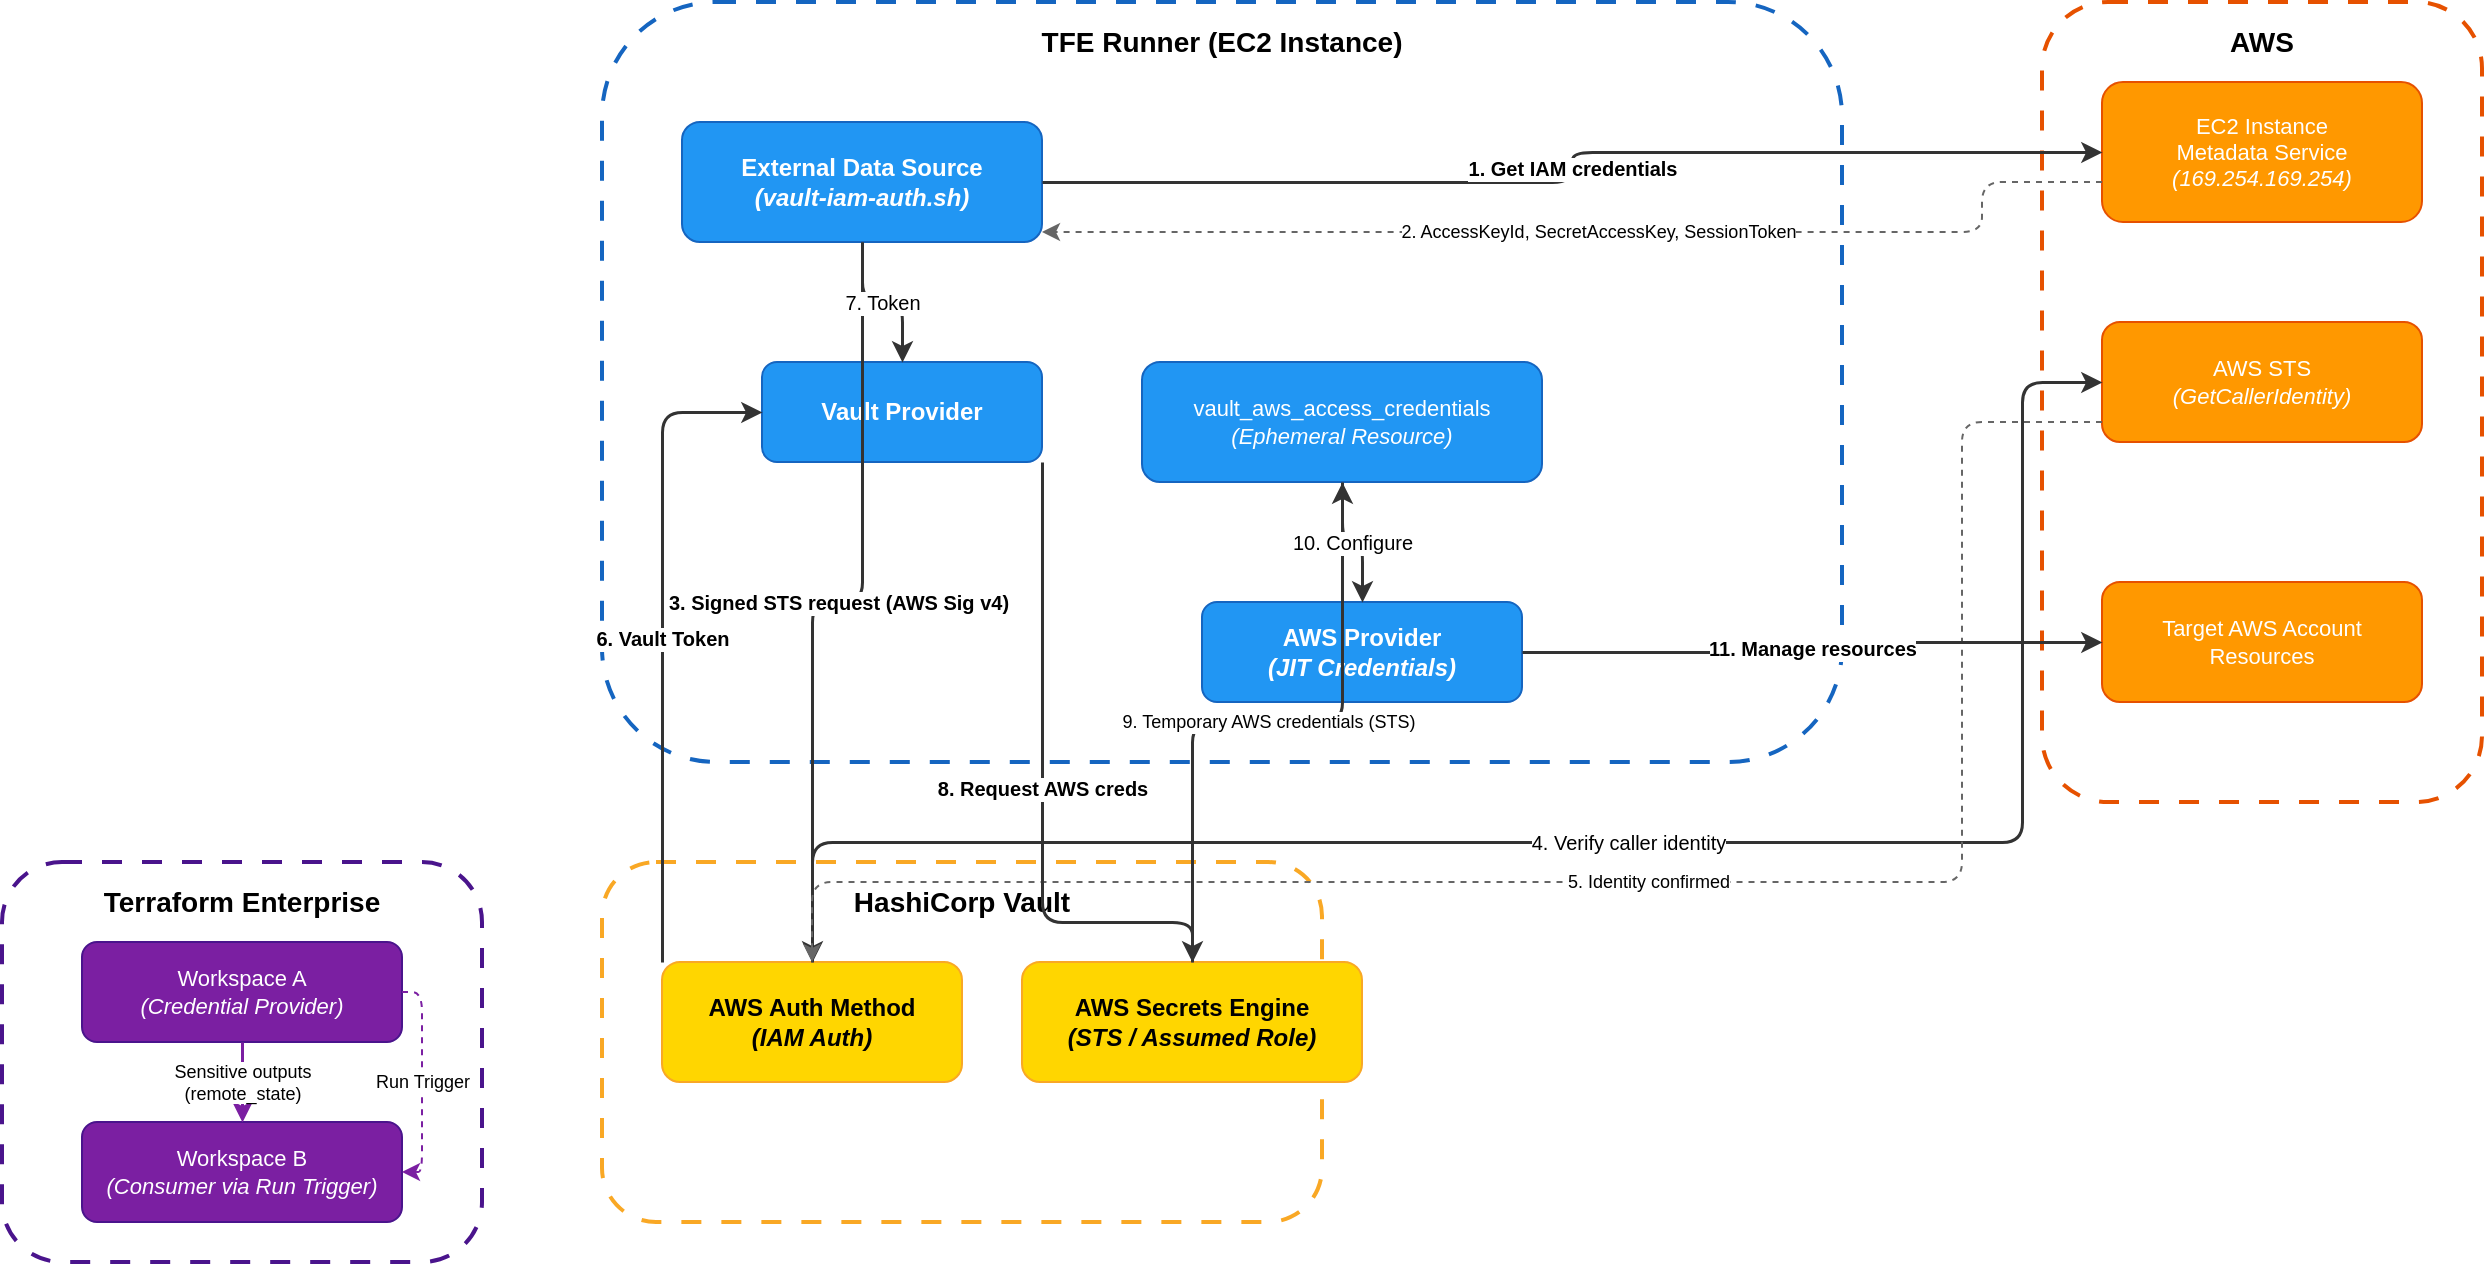
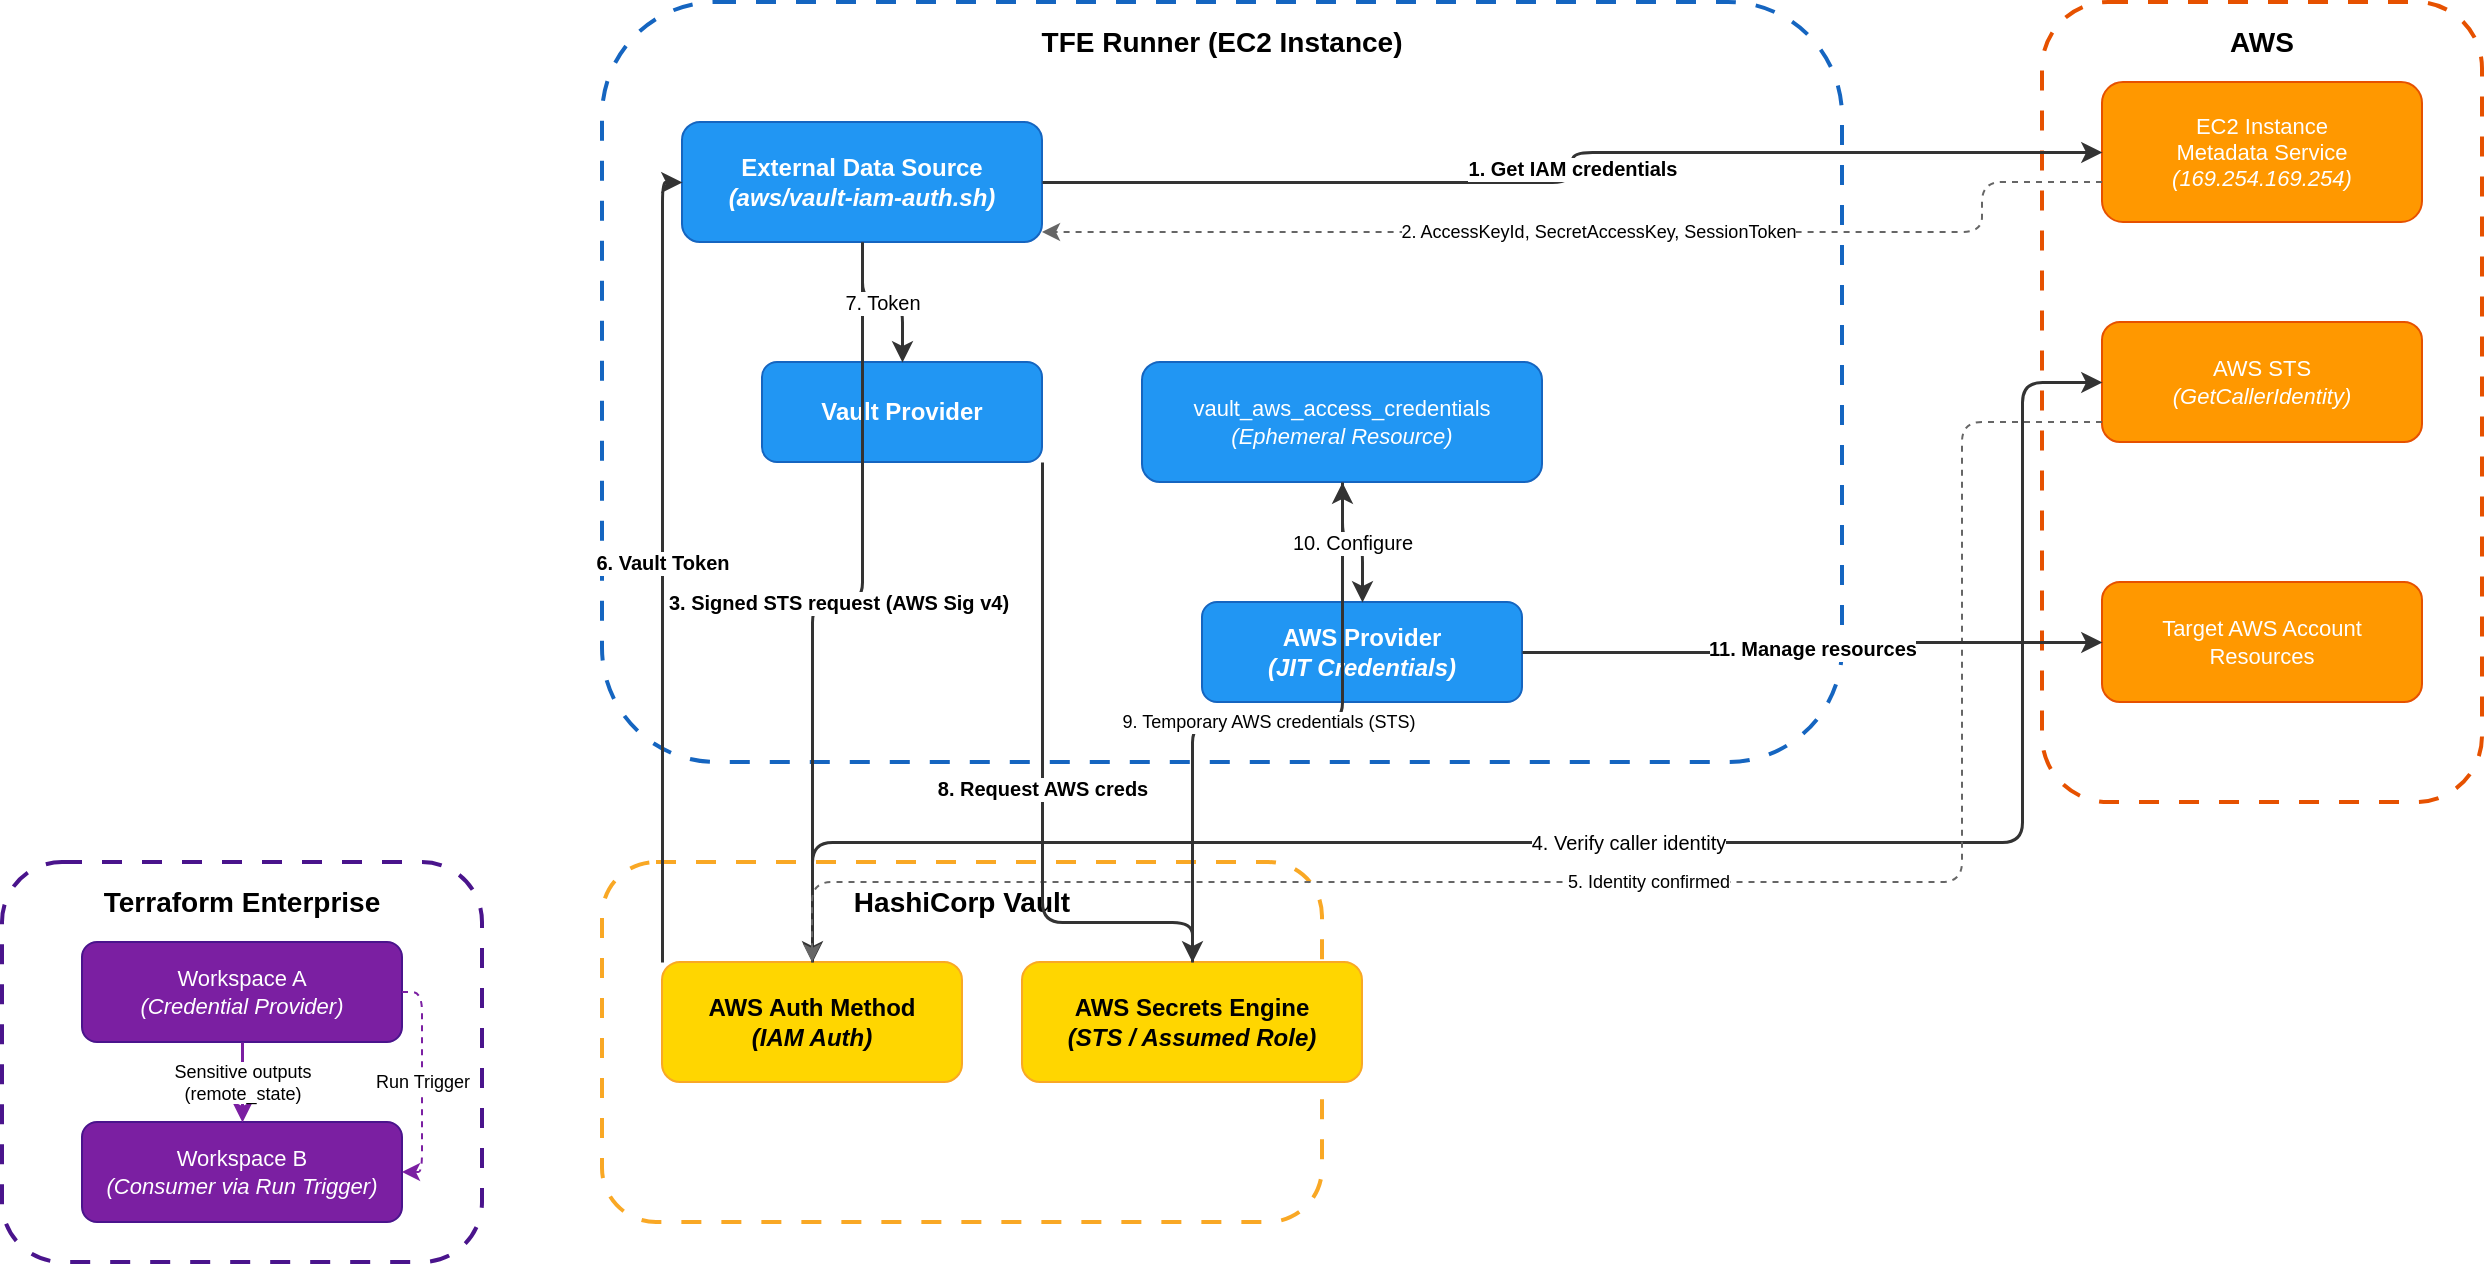
<?xml version="1.0" encoding="UTF-8"?>
<mxfile host="draw.io" type="device">
  <diagram id="vault-iam-auth-high-level" name="High-Level Architecture">
    <mxGraphModel dx="1422" dy="794" grid="1" gridSize="10" guides="1" tooltips="1" connect="1" arrows="1" fold="1" page="1" pageScale="1" pageWidth="1600" pageHeight="900" math="0" shadow="0">
      <root>
        <mxCell id="0" />
        <mxCell id="1" parent="0" />

        <!-- TFE Runner Container -->
        <mxCell id="100" value="TFE Runner (EC2 Instance)" style="rounded=1;whiteSpace=wrap;html=1;fillColor=none;dashed=1;dashPattern=5 5;fontSize=14;fontStyle=1;verticalAlign=top;align=center;spacingTop=5;strokeColor=#1565C0;strokeWidth=2;" vertex="1" parent="1">
          <mxGeometry x="340" y="80" width="620" height="380" as="geometry" />
        </mxCell>

        <!-- External Data Source -->
-         <mxCell id="101" value="External Data Source&lt;br&gt;&lt;i&gt;(vault-iam-auth.sh)&lt;/i&gt;" style="rounded=1;whiteSpace=wrap;html=1;fillColor=#2196F3;fontColor=#FFFFFF;strokeColor=#1565C0;fontSize=12;fontStyle=1;" vertex="1" parent="1">
+         <mxCell id="101" value="External Data Source&lt;br&gt;&lt;i&gt;(aws/vault-iam-auth.sh)&lt;/i&gt;" style="rounded=1;whiteSpace=wrap;html=1;fillColor=#2196F3;fontColor=#FFFFFF;strokeColor=#1565C0;fontSize=12;fontStyle=1;" vertex="1" parent="1">
          <mxGeometry x="380" y="140" width="180" height="60" as="geometry" />
        </mxCell>

        <!-- Vault Provider -->
        <mxCell id="102" value="Vault Provider" style="rounded=1;whiteSpace=wrap;html=1;fillColor=#2196F3;fontColor=#FFFFFF;strokeColor=#1565C0;fontSize=12;fontStyle=1;" vertex="1" parent="1">
          <mxGeometry x="420" y="260" width="140" height="50" as="geometry" />
        </mxCell>

        <!-- Ephemeral Resource -->
        <mxCell id="103" value="vault_aws_access_credentials&lt;br&gt;&lt;i&gt;(Ephemeral Resource)&lt;/i&gt;" style="rounded=1;whiteSpace=wrap;html=1;fillColor=#2196F3;fontColor=#FFFFFF;strokeColor=#1565C0;fontSize=11;" vertex="1" parent="1">
          <mxGeometry x="610" y="260" width="200" height="60" as="geometry" />
        </mxCell>

        <!-- AWS Provider -->
        <mxCell id="104" value="AWS Provider&lt;br&gt;&lt;i&gt;(JIT Credentials)&lt;/i&gt;" style="rounded=1;whiteSpace=wrap;html=1;fillColor=#2196F3;fontColor=#FFFFFF;strokeColor=#1565C0;fontSize=12;fontStyle=1;" vertex="1" parent="1">
          <mxGeometry x="640" y="380" width="160" height="50" as="geometry" />
        </mxCell>

        <!-- AWS Services Container -->
        <mxCell id="200" value="AWS" style="rounded=1;whiteSpace=wrap;html=1;fillColor=none;dashed=1;dashPattern=5 5;fontSize=14;fontStyle=1;verticalAlign=top;align=center;spacingTop=5;strokeColor=#E65100;strokeWidth=2;" vertex="1" parent="1">
          <mxGeometry x="1060" y="80" width="220" height="400" as="geometry" />
        </mxCell>

        <!-- EC2 IMDS -->
        <mxCell id="201" value="EC2 Instance&lt;br&gt;Metadata Service&lt;br&gt;&lt;i&gt;(169.254.169.254)&lt;/i&gt;" style="rounded=1;whiteSpace=wrap;html=1;fillColor=#FF9800;fontColor=#FFFFFF;strokeColor=#E65100;fontSize=11;" vertex="1" parent="1">
          <mxGeometry x="1090" y="120" width="160" height="70" as="geometry" />
        </mxCell>

        <!-- AWS STS -->
        <mxCell id="202" value="AWS STS&lt;br&gt;&lt;i&gt;(GetCallerIdentity)&lt;/i&gt;" style="rounded=1;whiteSpace=wrap;html=1;fillColor=#FF9800;fontColor=#FFFFFF;strokeColor=#E65100;fontSize=11;" vertex="1" parent="1">
          <mxGeometry x="1090" y="240" width="160" height="60" as="geometry" />
        </mxCell>

        <!-- Target Resources -->
        <mxCell id="203" value="Target AWS Account&lt;br&gt;Resources" style="rounded=1;whiteSpace=wrap;html=1;fillColor=#FF9800;fontColor=#FFFFFF;strokeColor=#E65100;fontSize=11;" vertex="1" parent="1">
          <mxGeometry x="1090" y="370" width="160" height="60" as="geometry" />
        </mxCell>

        <!-- Vault Container -->
        <mxCell id="300" value="HashiCorp Vault" style="rounded=1;whiteSpace=wrap;html=1;fillColor=none;dashed=1;dashPattern=5 5;fontSize=14;fontStyle=1;verticalAlign=top;align=center;spacingTop=5;strokeColor=#F9A825;strokeWidth=2;" vertex="1" parent="1">
          <mxGeometry x="340" y="510" width="360" height="180" as="geometry" />
        </mxCell>

        <!-- AWS Auth Method -->
        <mxCell id="301" value="AWS Auth Method&lt;br&gt;&lt;i&gt;(IAM Auth)&lt;/i&gt;" style="rounded=1;whiteSpace=wrap;html=1;fillColor=#FFD600;fontColor=#000000;strokeColor=#F9A825;fontSize=12;fontStyle=1;" vertex="1" parent="1">
          <mxGeometry x="370" y="560" width="150" height="60" as="geometry" />
        </mxCell>

        <!-- AWS Secrets Engine -->
        <mxCell id="302" value="AWS Secrets Engine&lt;br&gt;&lt;i&gt;(STS / Assumed Role)&lt;/i&gt;" style="rounded=1;whiteSpace=wrap;html=1;fillColor=#FFD600;fontColor=#000000;strokeColor=#F9A825;fontSize=12;fontStyle=1;" vertex="1" parent="1">
          <mxGeometry x="550" y="560" width="170" height="60" as="geometry" />
        </mxCell>

        <!-- TFE Container -->
        <mxCell id="400" value="Terraform Enterprise" style="rounded=1;whiteSpace=wrap;html=1;fillColor=none;dashed=1;dashPattern=5 5;fontSize=14;fontStyle=1;verticalAlign=top;align=center;spacingTop=5;strokeColor=#4A148C;strokeWidth=2;" vertex="1" parent="1">
          <mxGeometry x="40" y="510" width="240" height="200" as="geometry" />
        </mxCell>

        <!-- Workspace A -->
        <mxCell id="401" value="Workspace A&lt;br&gt;&lt;i&gt;(Credential Provider)&lt;/i&gt;" style="rounded=1;whiteSpace=wrap;html=1;fillColor=#7B1FA2;fontColor=#FFFFFF;strokeColor=#4A148C;fontSize=11;" vertex="1" parent="1">
          <mxGeometry x="80" y="550" width="160" height="50" as="geometry" />
        </mxCell>

        <!-- Workspace B -->
        <mxCell id="402" value="Workspace B&lt;br&gt;&lt;i&gt;(Consumer via Run Trigger)&lt;/i&gt;" style="rounded=1;whiteSpace=wrap;html=1;fillColor=#7B1FA2;fontColor=#FFFFFF;strokeColor=#4A148C;fontSize=11;" vertex="1" parent="1">
          <mxGeometry x="80" y="640" width="160" height="50" as="geometry" />
        </mxCell>


        <!-- FLOW ARROWS -->

        <!-- 1. Get IAM credentials -->
        <mxCell id="e1" value="1. Get IAM credentials" style="edgeStyle=orthogonalEdgeStyle;rounded=1;orthogonalLoop=1;jettySize=auto;html=1;fontSize=10;fontStyle=1;strokeColor=#333333;strokeWidth=1.5;" edge="1" source="101" target="201" parent="1">
          <mxGeometry relative="1" as="geometry" />
        </mxCell>

        <!-- 2. Credentials returned -->
        <mxCell id="e2" value="2. AccessKeyId, SecretAccessKey, SessionToken" style="edgeStyle=orthogonalEdgeStyle;rounded=1;orthogonalLoop=1;jettySize=auto;html=1;fontSize=9;strokeColor=#666666;strokeWidth=1;dashed=1;" edge="1" source="201" target="101" parent="1">
          <mxGeometry relative="1" as="geometry">
            <Array as="points">
              <mxPoint x="1030" y="170" />
              <mxPoint x="1030" y="195" />
            </Array>
          </mxGeometry>
        </mxCell>

        <!-- 3. Signed STS request to Vault -->
        <mxCell id="e3" value="3. Signed STS request (AWS Sig v4)" style="edgeStyle=orthogonalEdgeStyle;rounded=1;orthogonalLoop=1;jettySize=auto;html=1;fontSize=10;fontStyle=1;strokeColor=#333333;strokeWidth=1.5;" edge="1" source="101" target="301" parent="1">
          <mxGeometry relative="1" as="geometry" />
        </mxCell>

        <!-- 4. Vault verifies via STS -->
        <mxCell id="e4" value="4. Verify caller identity" style="edgeStyle=orthogonalEdgeStyle;rounded=1;orthogonalLoop=1;jettySize=auto;html=1;fontSize=10;strokeColor=#333333;strokeWidth=1.5;" edge="1" source="301" target="202" parent="1">
          <mxGeometry relative="1" as="geometry">
            <Array as="points">
              <mxPoint x="445" y="500" />
              <mxPoint x="1050" y="500" />
              <mxPoint x="1050" y="270" />
            </Array>
          </mxGeometry>
        </mxCell>

        <!-- 5. Identity confirmed -->
        <mxCell id="e5" value="5. Identity confirmed" style="edgeStyle=orthogonalEdgeStyle;rounded=1;orthogonalLoop=1;jettySize=auto;html=1;fontSize=9;strokeColor=#666666;strokeWidth=1;dashed=1;" edge="1" source="202" target="301" parent="1">
          <mxGeometry relative="1" as="geometry">
            <Array as="points">
              <mxPoint x="1020" y="290" />
              <mxPoint x="1020" y="520" />
              <mxPoint x="445" y="520" />
            </Array>
          </mxGeometry>
        </mxCell>

-         <!-- 6. Vault Token returned -->
-         <mxCell id="e6" value="6. Vault Token" style="edgeStyle=orthogonalEdgeStyle;rounded=1;orthogonalLoop=1;jettySize=auto;html=1;fontSize=10;fontStyle=1;strokeColor=#333333;strokeWidth=1.5;" edge="1" source="301" target="102" parent="1">
+         <!-- 6. Vault Token returned to external data source -->
+         <mxCell id="e6" value="6. Vault Token" style="edgeStyle=orthogonalEdgeStyle;rounded=1;orthogonalLoop=1;jettySize=auto;html=1;fontSize=10;fontStyle=1;strokeColor=#333333;strokeWidth=1.5;" edge="1" source="301" target="101" parent="1">
          <mxGeometry relative="1" as="geometry">
            <Array as="points">
              <mxPoint x="370" y="540" />
-               <mxPoint x="370" y="285" />
+               <mxPoint x="370" y="170" />
            </Array>
          </mxGeometry>
        </mxCell>

        <!-- 7. Token to Vault Provider -->
        <mxCell id="e7" value="7. Token" style="edgeStyle=orthogonalEdgeStyle;rounded=1;orthogonalLoop=1;jettySize=auto;html=1;fontSize=10;strokeColor=#333333;strokeWidth=1.5;" edge="1" source="101" target="102" parent="1">
          <mxGeometry relative="1" as="geometry" />
        </mxCell>

        <!-- 8. Request AWS creds -->
        <mxCell id="e8" value="8. Request AWS creds" style="edgeStyle=orthogonalEdgeStyle;rounded=1;orthogonalLoop=1;jettySize=auto;html=1;fontSize=10;fontStyle=1;strokeColor=#333333;strokeWidth=1.5;" edge="1" source="102" target="302" parent="1">
          <mxGeometry relative="1" as="geometry">
            <Array as="points">
              <mxPoint x="560" y="290" />
              <mxPoint x="560" y="540" />
              <mxPoint x="635" y="540" />
            </Array>
          </mxGeometry>
        </mxCell>

        <!-- 9. Temporary AWS creds -->
        <mxCell id="e9" value="9. Temporary AWS credentials (STS)" style="edgeStyle=orthogonalEdgeStyle;rounded=1;orthogonalLoop=1;jettySize=auto;html=1;fontSize=9;strokeColor=#333333;strokeWidth=1.5;" edge="1" source="302" target="103" parent="1">
          <mxGeometry relative="1" as="geometry" />
        </mxCell>

        <!-- 10. Configure AWS Provider -->
        <mxCell id="e10" value="10. Configure" style="edgeStyle=orthogonalEdgeStyle;rounded=1;orthogonalLoop=1;jettySize=auto;html=1;fontSize=10;strokeColor=#333333;strokeWidth=1.5;" edge="1" source="103" target="104" parent="1">
          <mxGeometry relative="1" as="geometry" />
        </mxCell>

        <!-- 11. Manage resources -->
        <mxCell id="e11" value="11. Manage resources" style="edgeStyle=orthogonalEdgeStyle;rounded=1;orthogonalLoop=1;jettySize=auto;html=1;fontSize=10;fontStyle=1;strokeColor=#333333;strokeWidth=1.5;" edge="1" source="104" target="203" parent="1">
          <mxGeometry relative="1" as="geometry" />
        </mxCell>

        <!-- Workspace A -> B (remote_state) -->
        <mxCell id="e12" value="Sensitive outputs&lt;br&gt;(remote_state)" style="edgeStyle=orthogonalEdgeStyle;rounded=1;orthogonalLoop=1;jettySize=auto;html=1;fontSize=9;strokeColor=#7B1FA2;strokeWidth=1.5;" edge="1" source="401" target="402" parent="1">
          <mxGeometry relative="1" as="geometry" />
        </mxCell>

        <!-- Run Trigger -->
        <mxCell id="e13" value="Run Trigger" style="edgeStyle=orthogonalEdgeStyle;rounded=1;orthogonalLoop=1;jettySize=auto;html=1;fontSize=9;strokeColor=#7B1FA2;strokeWidth=1;dashed=1;" edge="1" source="401" target="402" parent="1">
          <mxGeometry relative="1" as="geometry">
            <Array as="points">
              <mxPoint x="250" y="575" />
              <mxPoint x="250" y="665" />
            </Array>
          </mxGeometry>
        </mxCell>

      </root>
    </mxGraphModel>
  </diagram>
</mxfile>
